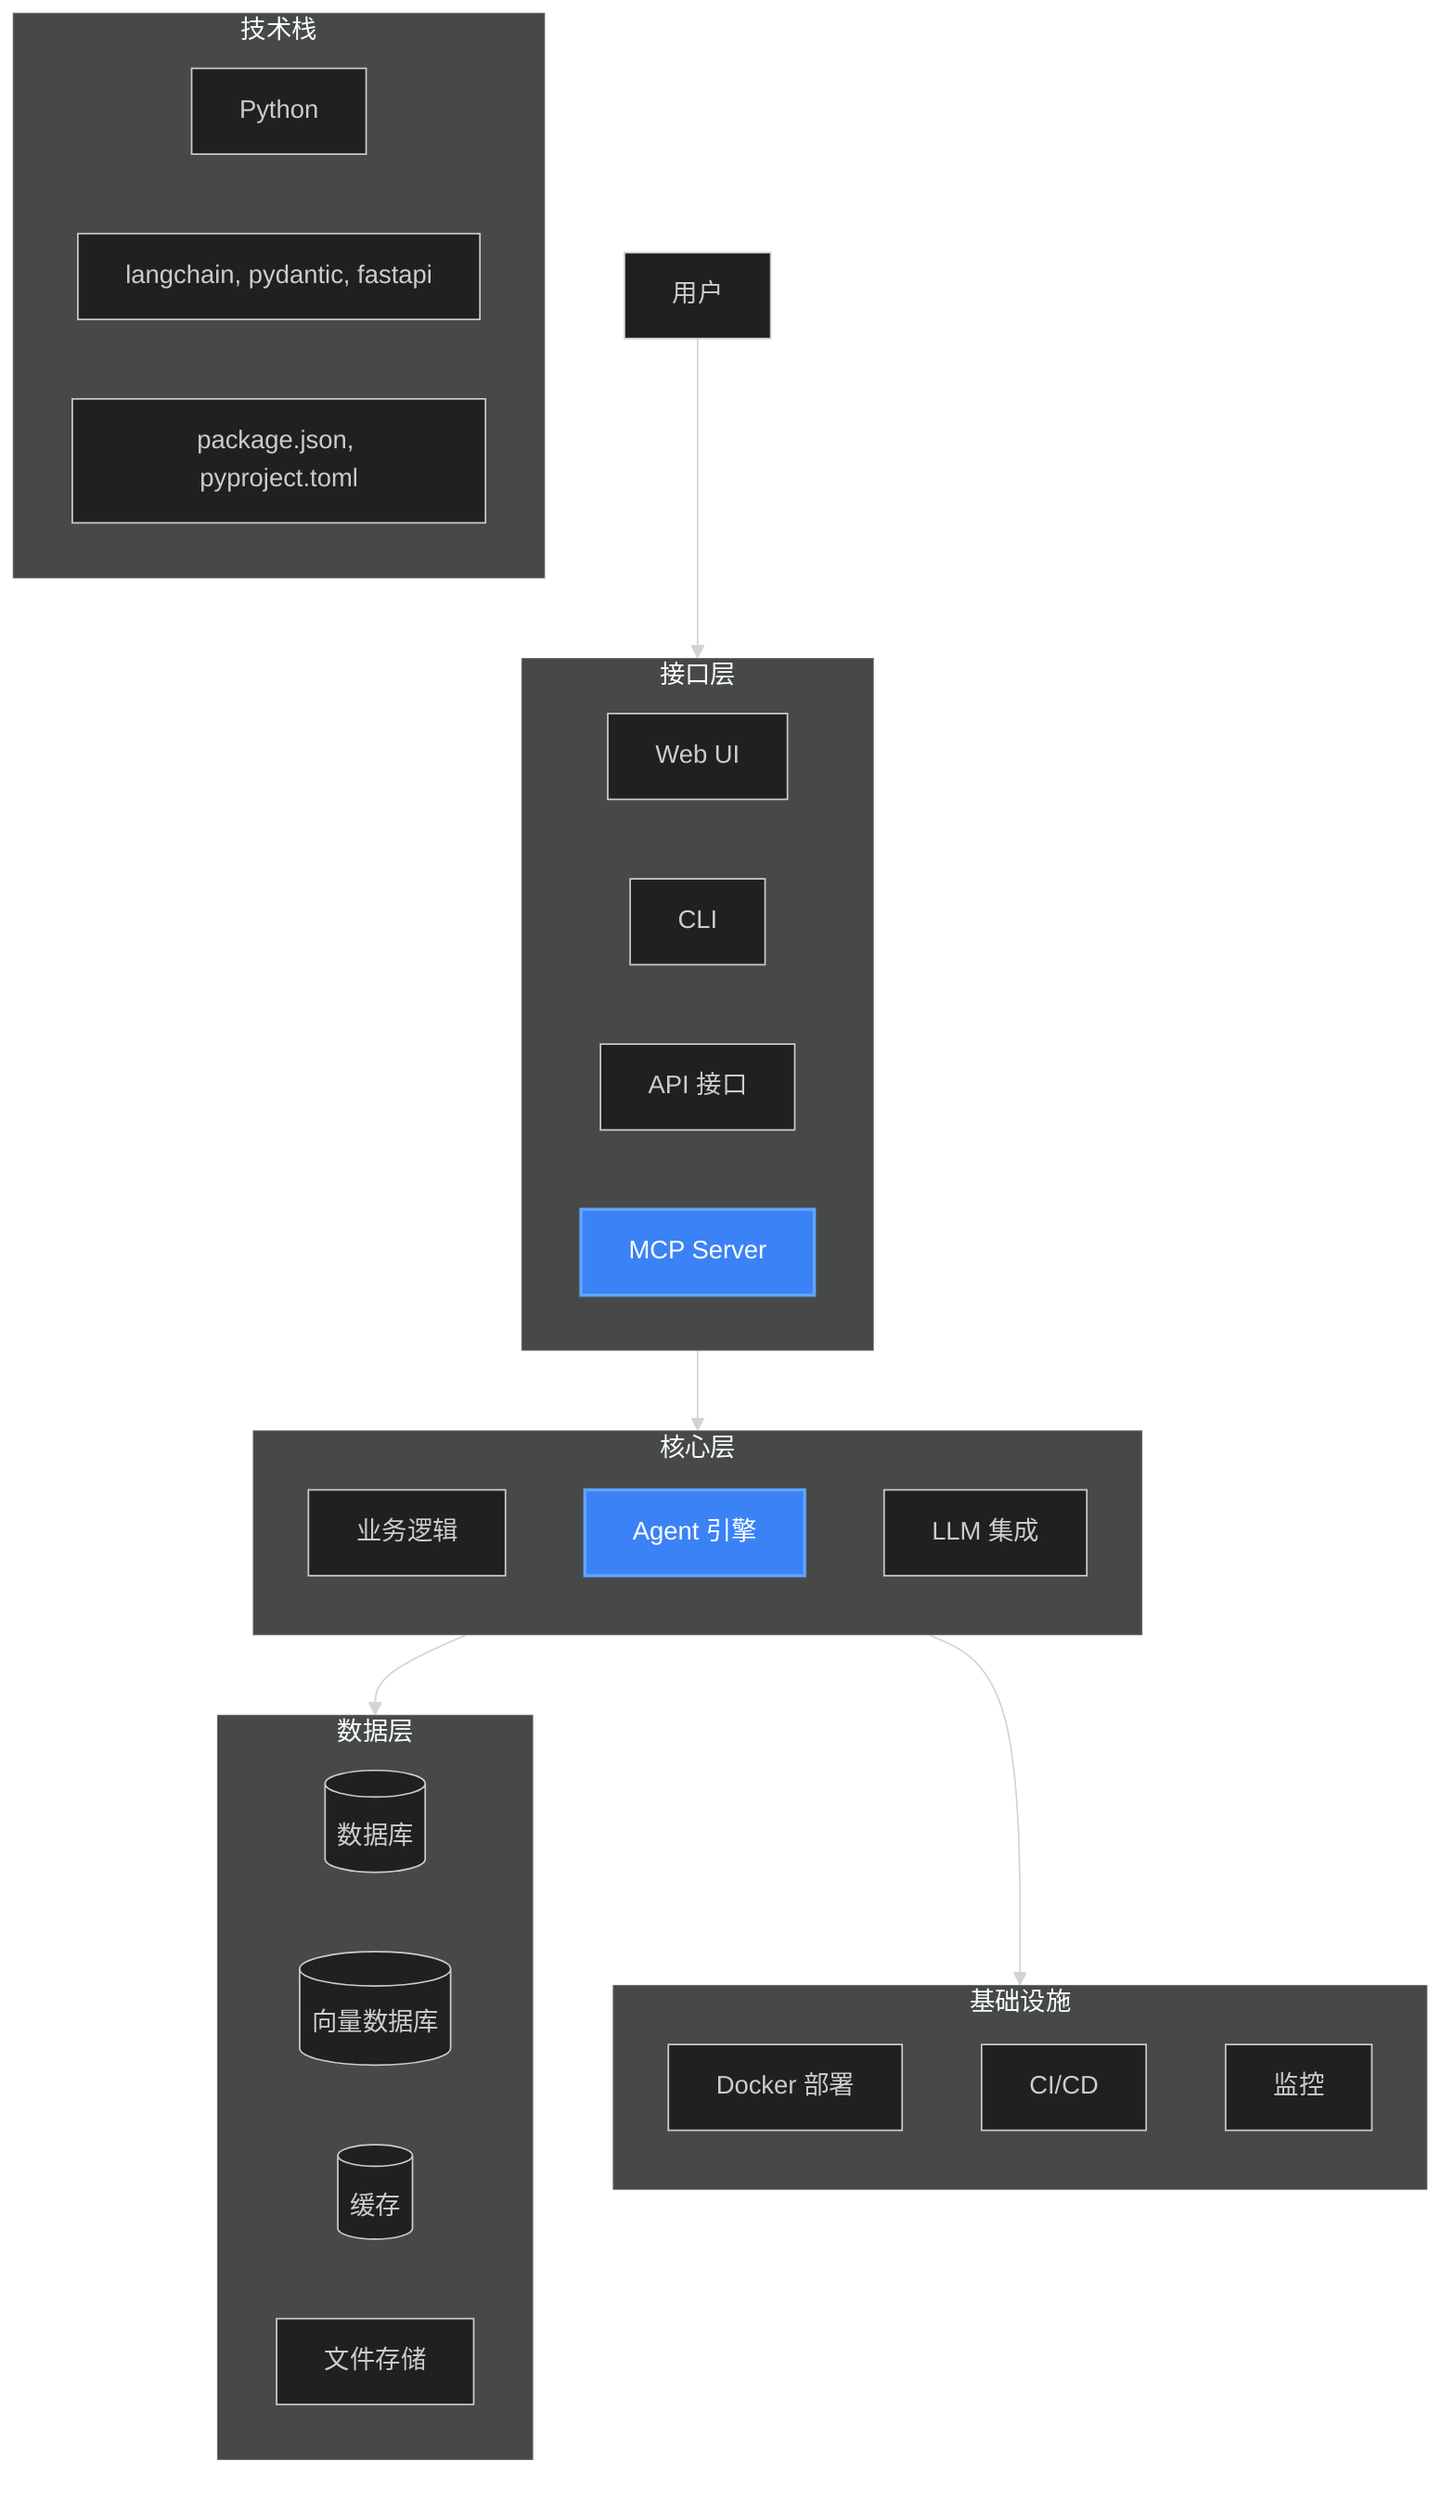
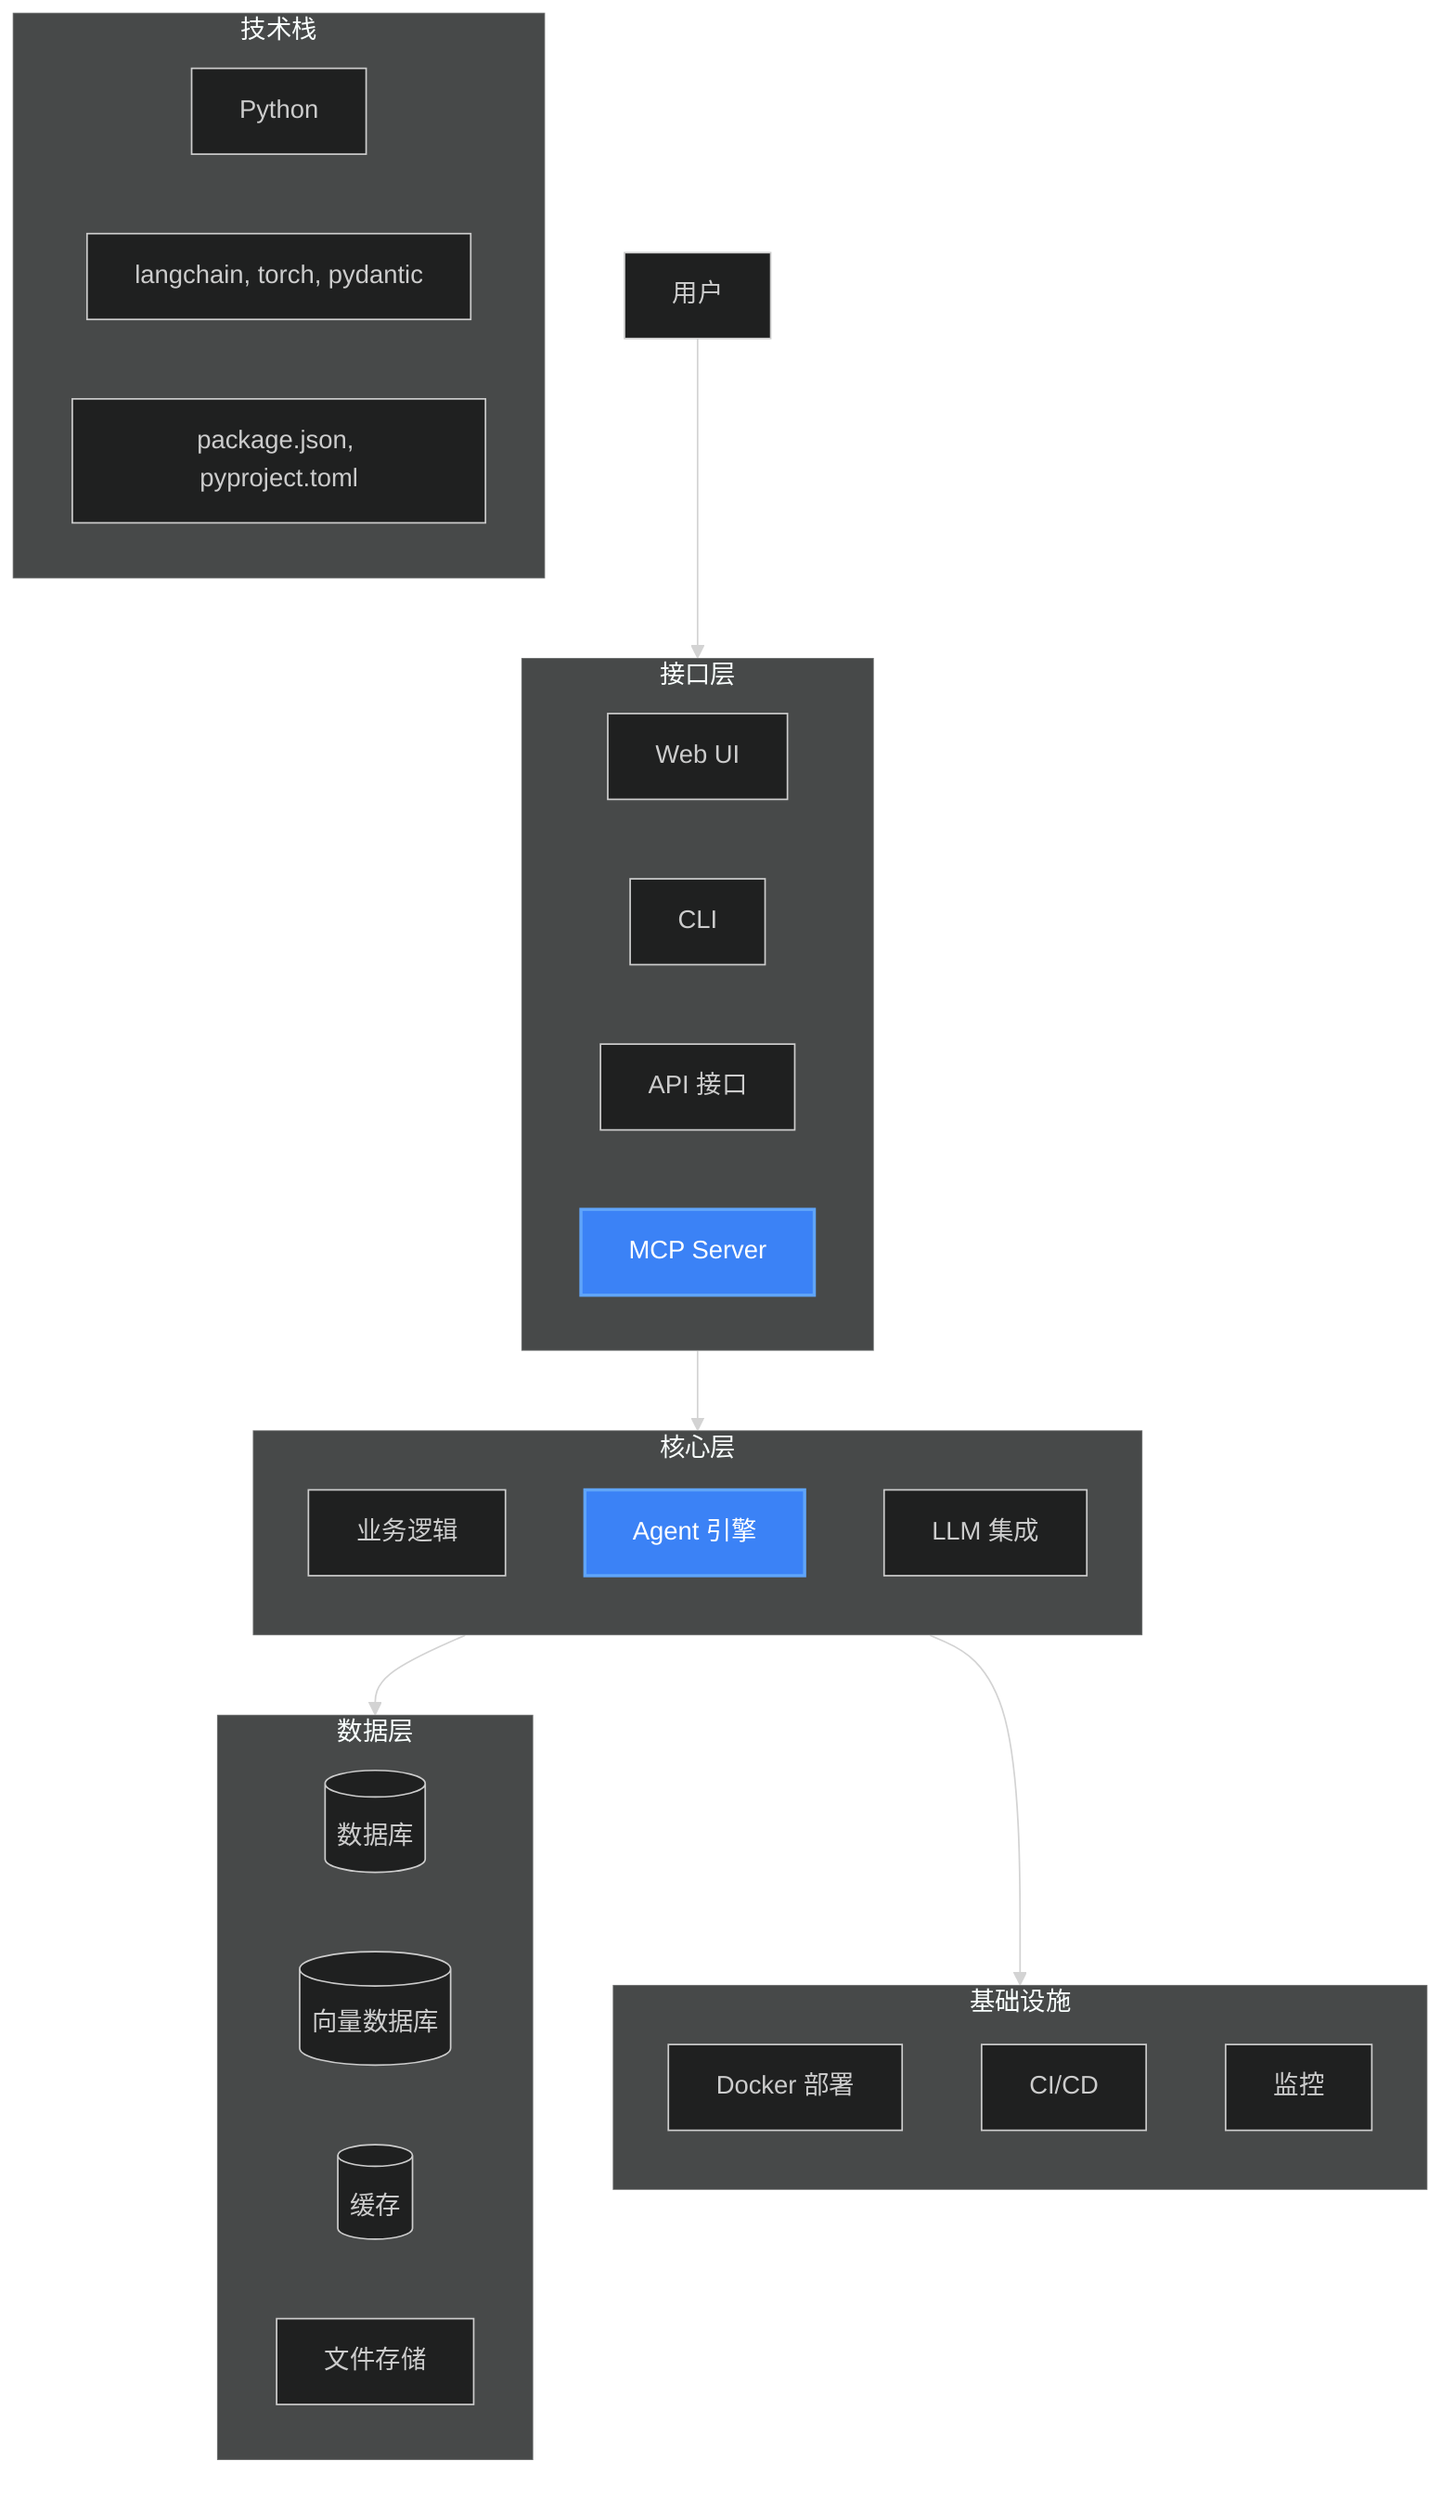
%%{init: {'theme': 'dark'}}%%
graph TB
    User[用户] --> Interface[接口层]

    subgraph Interface[接口层]
        direction LR
        WebUI[Web UI]
        CLI[CLI]
        API[API 接口]
        MCP[MCP Server]:::highlight
    end

    subgraph Core[核心层]
        direction TB
        Business[业务逻辑]
        AgentEngine[Agent 引擎]:::highlight
        LLM[LLM 集成]
    end

    subgraph Data[数据层]
        direction LR
        Database[(数据库)]
        VectorDB[(向量数据库)]
        Cache[(缓存)]
        Files[文件存储]
    end

    subgraph Infra[基础设施]
        direction TB
        Docker[Docker 部署]
        CI/CD[CI/CD]
        Monitoring[监控]
    end

    Interface --> Core
    Core --> Data
    Core --> Infra

    classDef highlight fill:#3b82f6,stroke:#60a5fa,stroke-width:2px,color:white

    %% 技术栈信息
    subgraph TechStack[技术栈]
        direction LR
        Lang[Python]
-         FW[langchain, pydantic, fastapi]
+         FW[langchain, torch, pydantic]
        Deps[package.json, pyproject.toml]
    end
